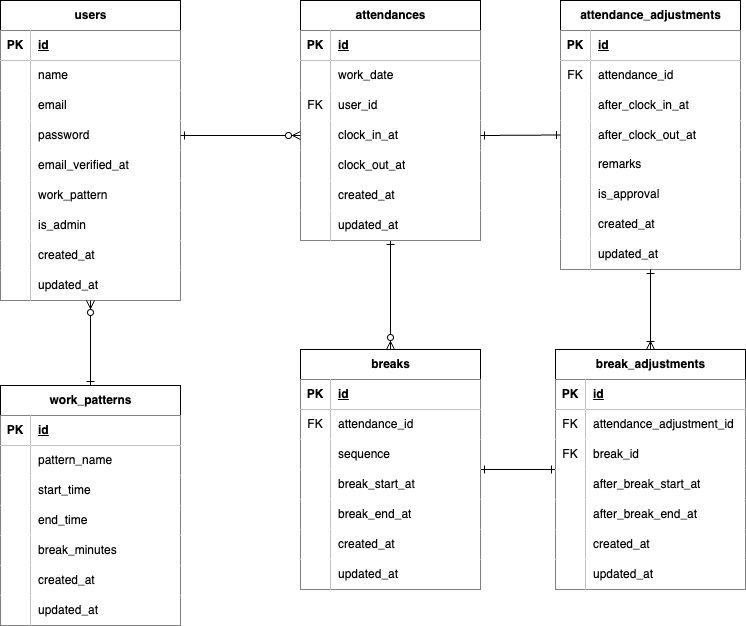
This is image/ER図.png from Takeshi410/Attendance-Management, a draw.io export, as it was before one commit. Source tidied: cells renumbered, new cells last; positions are measured from the earlier drawing's top-left corner, leaving out a move shared by most shapes.
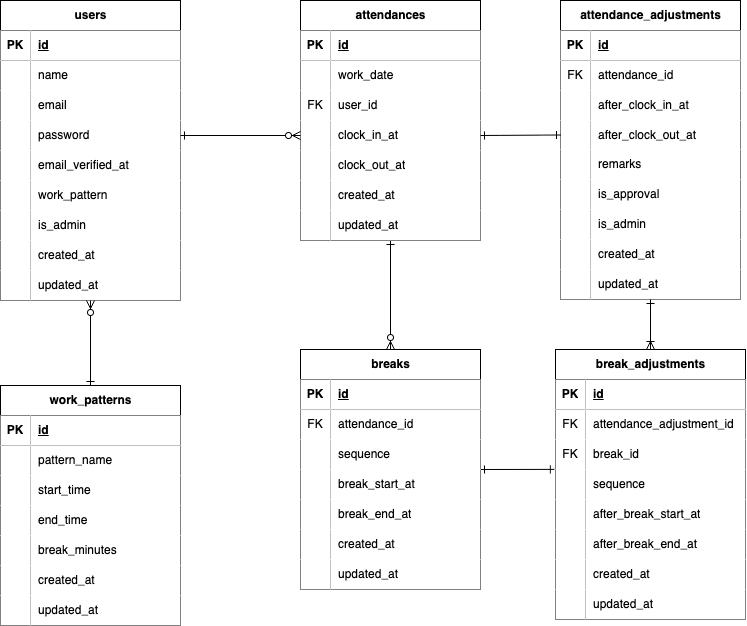
After the commit.

Change to the diagram source:
```diff
@@ -86,7 +86,7 @@
     <mxCell id="29" value="updated_at" style="shape=partialRectangle;fillColor=default;top=0;left=0;bottom=0;right=0;align=left;spacingLeft=6;overflow=hidden;whiteSpace=wrap;html=1;" parent="27" vertex="1">
       <mxGeometry x="30" width="150" height="30" as="geometry" />
     </mxCell>
-    <mxCell id="30" style="edgeStyle=none;html=1;exitX=1;exitY=0.5;exitDx=0;exitDy=0;entryX=0;entryY=0.5;entryDx=0;entryDy=0;startArrow=ERone;startFill=0;endArrow=ERone;endFill=0;" parent="1" edge="1" source="31" target="125">
+    <mxCell id="30" style="edgeStyle=none;html=1;exitX=1;exitY=0.5;exitDx=0;exitDy=0;startArrow=ERone;startFill=0;endArrow=ERone;endFill=0;entryX=-0.006;entryY=-0.004;entryDx=0;entryDy=0;entryPerimeter=0;" parent="1" edge="1" source="31" target="152">
       <mxGeometry relative="1" as="geometry" />
     </mxCell>
     <mxCell id="31" value="breaks" style="shape=table;startSize=30;rowLines=0;fontStyle=1;align=center;html=1;" parent="1" vertex="1">
@@ -294,7 +294,7 @@
       <mxGeometry x="30" width="150" height="30" as="geometry" />
     </mxCell>
     <mxCell id="99" value="attendance_adjustments" style="shape=table;startSize=30;rowLines=0;fontStyle=1;align=center;html=1;" parent="1" vertex="1">
-      <mxGeometry x="560" width="180" height="269" as="geometry" />
+      <mxGeometry x="560" width="180" height="299" as="geometry" />
     </mxCell>
     <mxCell id="100" style="shape=tableRow;horizontal=0;startSize=0;swimlaneHead=0;swimlaneBody=0;fillColor=none;top=0;left=0;right=0;bottom=1;" parent="99" vertex="1">
       <mxGeometry y="30" width="180" height="30" as="geometry" />
@@ -350,8 +350,17 @@
     <mxCell id="117" value="is_approval" style="shape=partialRectangle;fillColor=default;top=0;left=0;bottom=0;right=0;align=left;spacingLeft=6;overflow=hidden;whiteSpace=wrap;html=1;" parent="115" vertex="1">
       <mxGeometry x="30" width="150" height="30" as="geometry" />
     </mxCell>
+    <mxCell id="149" style="shape=tableRow;horizontal=0;startSize=0;swimlaneHead=0;swimlaneBody=0;fillColor=none;top=0;left=0;right=0;bottom=0;" parent="99" vertex="1">
+      <mxGeometry y="209" width="180" height="30" as="geometry" />
+    </mxCell>
+    <mxCell id="150" style="shape=partialRectangle;fillColor=default;top=0;left=0;bottom=0;right=0;overflow=hidden;whiteSpace=wrap;html=1;" parent="149" vertex="1">
+      <mxGeometry width="30" height="30" as="geometry" />
+    </mxCell>
+    <mxCell id="151" value="is_admin" style="shape=partialRectangle;fillColor=default;top=0;left=0;bottom=0;right=0;align=left;spacingLeft=6;overflow=hidden;whiteSpace=wrap;html=1;" parent="149" vertex="1">
+      <mxGeometry x="30" width="150" height="30" as="geometry" />
+    </mxCell>
     <mxCell id="118" style="shape=tableRow;horizontal=0;startSize=0;swimlaneHead=0;swimlaneBody=0;fillColor=none;top=0;left=0;right=0;bottom=0;" parent="99" vertex="1">
-      <mxGeometry y="209" width="180" height="30" as="geometry" />
+      <mxGeometry y="239" width="180" height="30" as="geometry" />
     </mxCell>
     <mxCell id="119" style="shape=partialRectangle;fillColor=default;top=0;left=0;bottom=0;right=0;overflow=hidden;whiteSpace=wrap;html=1;" parent="118" vertex="1">
       <mxGeometry width="30" height="30" as="geometry" />
@@ -360,7 +369,7 @@
       <mxGeometry x="30" width="150" height="30" as="geometry" />
     </mxCell>
     <mxCell id="121" style="shape=tableRow;horizontal=0;startSize=0;swimlaneHead=0;swimlaneBody=0;fillColor=none;top=0;left=0;right=0;bottom=0;" parent="99" vertex="1">
-      <mxGeometry y="239" width="180" height="30" as="geometry" />
+      <mxGeometry y="269" width="180" height="30" as="geometry" />
     </mxCell>
     <mxCell id="122" style="shape=partialRectangle;fillColor=default;top=0;left=0;bottom=0;right=0;overflow=hidden;whiteSpace=wrap;html=1;" parent="121" vertex="1">
       <mxGeometry width="30" height="30" as="geometry" />
@@ -372,7 +381,7 @@
       <mxGeometry relative="1" as="geometry" />
     </mxCell>
     <mxCell id="125" value="break_adjustments" style="shape=table;startSize=30;rowLines=0;fontStyle=1;align=center;html=1;" parent="1" vertex="1">
-      <mxGeometry x="555" y="349" width="190" height="240" as="geometry" />
+      <mxGeometry x="555" y="349" width="190" height="270" as="geometry" />
     </mxCell>
     <mxCell id="126" style="shape=tableRow;horizontal=0;startSize=0;swimlaneHead=0;swimlaneBody=0;fillColor=none;top=0;left=0;right=0;bottom=1;" parent="125" vertex="1">
       <mxGeometry y="30" width="190" height="30" as="geometry" />
@@ -401,8 +410,17 @@
     <mxCell id="134" value="break_id" style="shape=partialRectangle;fillColor=default;top=0;left=0;bottom=0;right=0;align=left;spacingLeft=6;overflow=hidden;whiteSpace=wrap;html=1;" parent="132" vertex="1">
       <mxGeometry x="30" width="160" height="30" as="geometry" />
     </mxCell>
+    <mxCell id="152" style="shape=tableRow;horizontal=0;startSize=0;swimlaneHead=0;swimlaneBody=0;fillColor=none;points=[[0,0.5],[1,0.5]];portConstraint=eastwest;top=0;left=0;right=0;bottom=0;" parent="125" vertex="1">
+      <mxGeometry y="120" width="190" height="30" as="geometry" />
+    </mxCell>
+    <mxCell id="153" style="shape=partialRectangle;fillColor=default;top=0;left=0;bottom=0;right=0;overflow=hidden;whiteSpace=wrap;html=1;" parent="152" vertex="1">
+      <mxGeometry width="30" height="30" as="geometry" />
+    </mxCell>
+    <mxCell id="154" value="sequence" style="shape=partialRectangle;fillColor=default;top=0;left=0;bottom=0;right=0;align=left;spacingLeft=6;overflow=hidden;whiteSpace=wrap;html=1;" parent="152" vertex="1">
+      <mxGeometry x="30" width="160" height="30" as="geometry" />
+    </mxCell>
     <mxCell id="135" style="shape=tableRow;horizontal=0;startSize=0;swimlaneHead=0;swimlaneBody=0;fillColor=none;top=0;left=0;right=0;bottom=0;" parent="125" vertex="1">
-      <mxGeometry y="120" width="190" height="30" as="geometry" />
+      <mxGeometry y="150" width="190" height="30" as="geometry" />
     </mxCell>
     <mxCell id="136" style="shape=partialRectangle;fillColor=default;top=0;left=0;bottom=0;right=0;overflow=hidden;whiteSpace=wrap;html=1;" parent="135" vertex="1">
       <mxGeometry width="30" height="30" as="geometry" />
@@ -411,7 +429,7 @@
       <mxGeometry x="30" width="160" height="30" as="geometry" />
     </mxCell>
     <mxCell id="138" style="shape=tableRow;horizontal=0;startSize=0;swimlaneHead=0;swimlaneBody=0;fillColor=none;top=0;left=0;right=0;bottom=0;" parent="125" vertex="1">
-      <mxGeometry y="150" width="190" height="30" as="geometry" />
+      <mxGeometry y="180" width="190" height="30" as="geometry" />
     </mxCell>
     <mxCell id="139" style="shape=partialRectangle;fillColor=default;top=0;left=0;bottom=0;right=0;overflow=hidden;whiteSpace=wrap;html=1;" parent="138" vertex="1">
       <mxGeometry width="30" height="30" as="geometry" />
@@ -420,7 +438,7 @@
       <mxGeometry x="30" width="160" height="30" as="geometry" />
     </mxCell>
     <mxCell id="141" style="shape=tableRow;horizontal=0;startSize=0;swimlaneHead=0;swimlaneBody=0;fillColor=none;top=0;left=0;right=0;bottom=0;" parent="125" vertex="1">
-      <mxGeometry y="180" width="190" height="30" as="geometry" />
+      <mxGeometry y="210" width="190" height="30" as="geometry" />
     </mxCell>
     <mxCell id="142" style="shape=partialRectangle;fillColor=default;top=0;left=0;bottom=0;right=0;overflow=hidden;whiteSpace=wrap;html=1;" parent="141" vertex="1">
       <mxGeometry width="30" height="30" as="geometry" />
@@ -429,7 +447,7 @@
       <mxGeometry x="30" width="160" height="30" as="geometry" />
     </mxCell>
     <mxCell id="144" style="shape=tableRow;horizontal=0;startSize=0;swimlaneHead=0;swimlaneBody=0;fillColor=none;top=0;left=0;right=0;bottom=0;" parent="125" vertex="1">
-      <mxGeometry y="210" width="190" height="30" as="geometry" />
+      <mxGeometry y="240" width="190" height="30" as="geometry" />
     </mxCell>
     <mxCell id="145" style="shape=partialRectangle;fillColor=default;top=0;left=0;bottom=0;right=0;overflow=hidden;whiteSpace=wrap;html=1;" parent="144" vertex="1">
       <mxGeometry width="30" height="30" as="geometry" />
@@ -437,7 +455,7 @@
     <mxCell id="146" value="updated_at" style="shape=partialRectangle;fillColor=default;top=0;left=0;bottom=0;right=0;align=left;spacingLeft=6;overflow=hidden;whiteSpace=wrap;html=1;" parent="144" vertex="1">
       <mxGeometry x="30" width="160" height="30" as="geometry" />
     </mxCell>
-    <mxCell id="147" style="edgeStyle=none;html=1;exitX=1;exitY=0.5;exitDx=0;exitDy=0;entryX=0;entryY=0.5;entryDx=0;entryDy=0;strokeColor=default;startArrow=ERone;startFill=0;endArrow=ERone;endFill=0;" parent="1" edge="1" source="64" target="99">
+    <mxCell id="147" style="edgeStyle=none;html=1;exitX=1;exitY=0.5;exitDx=0;exitDy=0;entryX=0;entryY=0.5;entryDx=0;entryDy=0;strokeColor=default;startArrow=ERone;startFill=0;endArrow=ERone;endFill=0;" parent="1" edge="1" source="64" target="109">
       <mxGeometry relative="1" as="geometry" />
     </mxCell>
     <mxCell id="148" style="edgeStyle=none;html=1;exitX=1;exitY=0.5;exitDx=0;exitDy=0;entryX=0;entryY=0.5;entryDx=0;entryDy=0;startArrow=ERone;startFill=0;endArrow=ERzeroToMany;endFill=0;" parent="1" edge="1" source="12" target="64">
```
